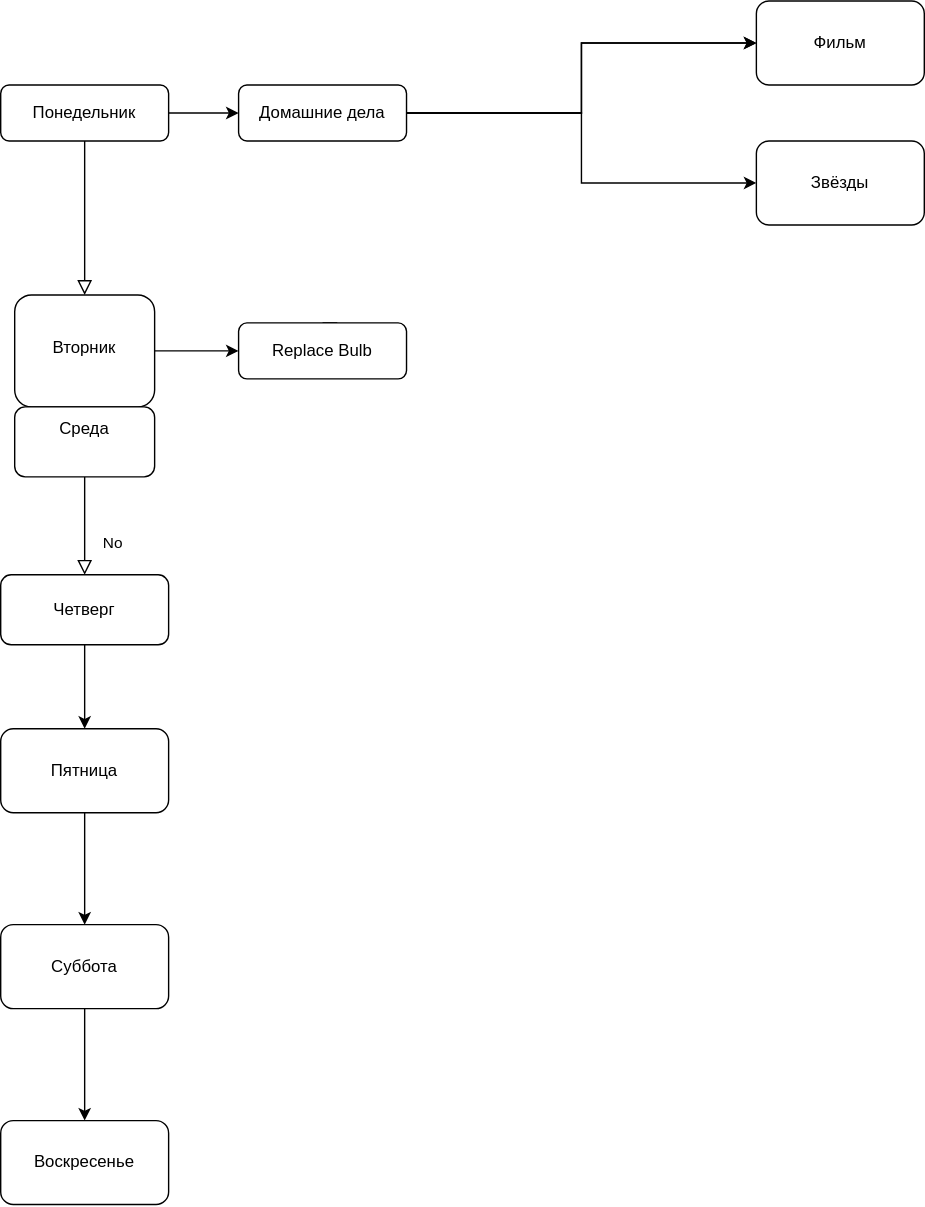
This is Untitled Diagram.drawio.svg from Beattle/app, a draw.io export, as it was before one commit. Source tidied: cells renumbered, new cells last; positions are measured from the earlier drawing's top-left corner, leaving out a move shared by most shapes.
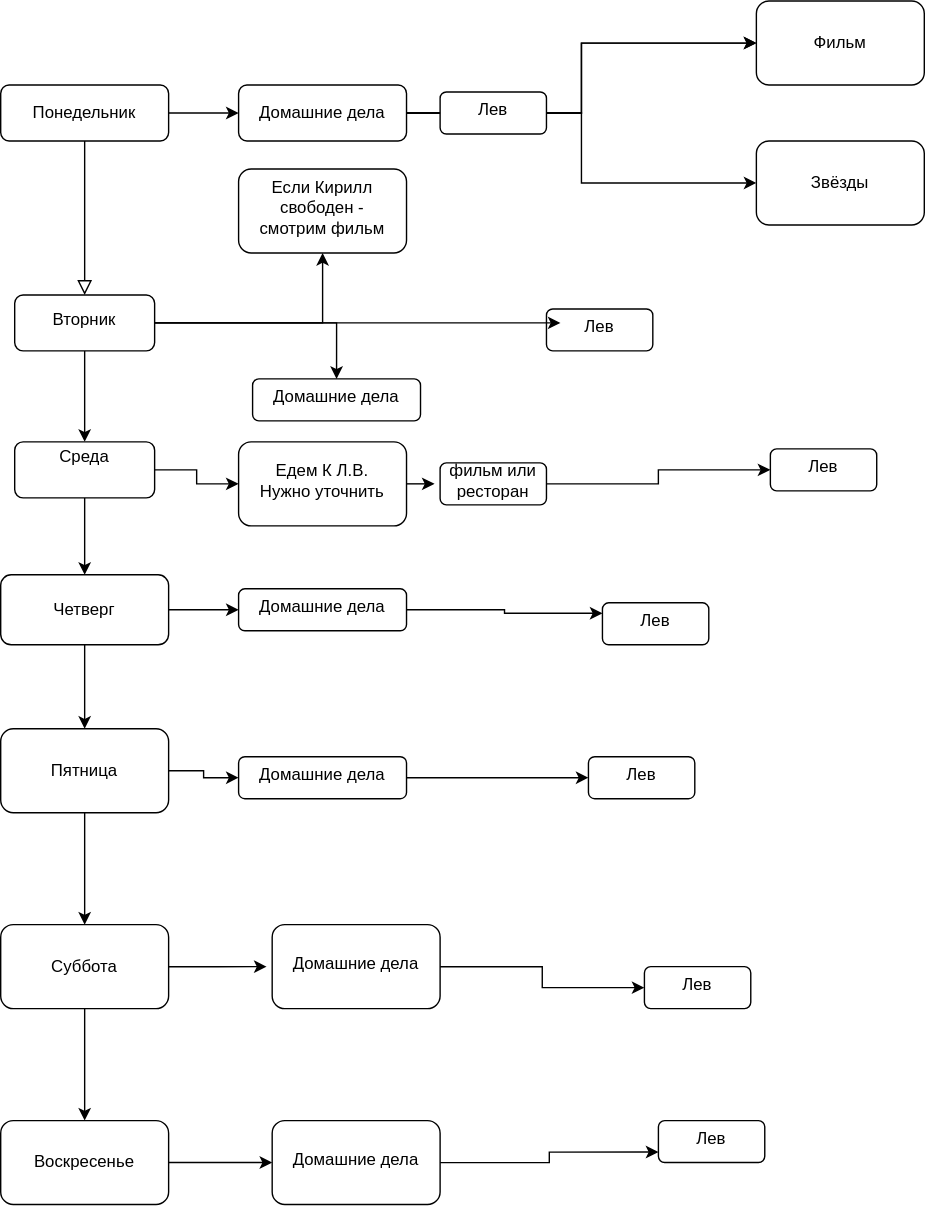
After the change.

Change to the diagram source:
```diff
@@ -11,14 +11,14 @@
     <mxCell id="4" value="Понедельник" style="rounded=1;whiteSpace=wrap;html=1;fontSize=12;glass=0;strokeWidth=1;shadow=0;" parent="1" vertex="1">
       <mxGeometry y="60" width="120" height="40" as="geometry" />
     </mxCell>
+    <mxCell id="25" style="edgeStyle=orthogonalEdgeStyle;rounded=0;jettySize=auto;html=1;" parent="1" edge="1" source="7" target="31">
+      <mxGeometry relative="1" as="geometry" />
+    </mxCell>
-    <mxCell id="5" value="Yes" style="rounded=0;html=1;jettySize=auto;fontSize=11;endArrow=block;endFill=0;endSize=8;strokeWidth=1;shadow=0;labelBackgroundColor=none;edgeStyle=orthogonalEdgeStyle;" parent="1" edge="1" source="7" target="13">
-      <mxGeometry y="20" relative="1" as="geometry" />
+    <mxCell id="5" style="edgeStyle=orthogonalEdgeStyle;rounded=0;jettySize=auto;html=1;entryX=0.5;entryY=0;entryDx=0;entryDy=0;" parent="1" edge="1" source="7" target="13">
+      <mxGeometry relative="1" as="geometry" />
     </mxCell>
-    <mxCell id="6" style="edgeStyle=orthogonalEdgeStyle;rounded=0;jettySize=auto;html=1;" parent="1" edge="1" source="7" target="17">
-      <mxGeometry relative="1" as="geometry" />
-    </mxCell>
     <mxCell id="7" value="Вторник" style="rounded=1;whiteSpace=wrap;html=1;shadow=0;fontFamily=Helvetica;fontSize=12;align=center;strokeWidth=1;spacing=6;spacingTop=-4;" parent="1" vertex="1">
-      <mxGeometry x="10" y="210" width="100" height="80" as="geometry" />
+      <mxGeometry x="10" y="210" width="100" height="40" as="geometry" />
     </mxCell>
     <mxCell id="8" style="edgeStyle=orthogonalEdgeStyle;rounded=0;jettySize=auto;html=1;" parent="1" edge="1" source="11" target="23">
       <mxGeometry relative="1" as="geometry" />
@@ -32,38 +32,47 @@
     <mxCell id="11" value="&lt;div&gt;Домашние дела&lt;/div&gt;" style="rounded=1;whiteSpace=wrap;html=1;fontSize=12;glass=0;strokeWidth=1;shadow=0;" parent="1" vertex="1">
       <mxGeometry x="170" y="60" width="120" height="40" as="geometry" />
     </mxCell>
+    <mxCell id="26" style="edgeStyle=orthogonalEdgeStyle;rounded=0;jettySize=auto;html=1;" parent="1" edge="1" source="13" target="33">
+      <mxGeometry relative="1" as="geometry" />
+    </mxCell>
-    <mxCell id="12" value="No" style="rounded=0;html=1;jettySize=auto;fontSize=11;endArrow=block;endFill=0;endSize=8;strokeWidth=1;shadow=0;labelBackgroundColor=none;edgeStyle=orthogonalEdgeStyle;" parent="1" edge="1" source="13" target="15">
-      <mxGeometry x="0.33" y="20" relative="1" as="geometry" />
+    <mxCell id="12" style="edgeStyle=orthogonalEdgeStyle;rounded=0;jettySize=auto;html=1;entryX=0.5;entryY=0;entryDx=0;entryDy=0;" parent="1" edge="1" source="13" target="15">
+      <mxGeometry relative="1" as="geometry" />
     </mxCell>
     <mxCell id="13" value="&lt;div&gt;Среда&lt;/div&gt;&lt;div&gt;&lt;br&gt;&lt;/div&gt;" style="rounded=1;whiteSpace=wrap;html=1;shadow=0;fontFamily=Helvetica;fontSize=12;align=center;strokeWidth=1;spacing=6;spacingTop=-4;" parent="1" vertex="1">
-      <mxGeometry x="10" y="290" width="100" height="50" as="geometry" />
+      <mxGeometry x="10" y="315" width="100" height="40" as="geometry" />
     </mxCell>
     <mxCell id="14" style="edgeStyle=orthogonalEdgeStyle;rounded=0;jettySize=auto;html=1;" parent="1" edge="1" source="15" target="19">
       <mxGeometry relative="1" as="geometry" />
     </mxCell>
+    <mxCell id="27" style="edgeStyle=orthogonalEdgeStyle;rounded=0;jettySize=auto;html=1;" parent="1" edge="1" source="15" target="45">
+      <mxGeometry relative="1" as="geometry" />
+    </mxCell>
     <mxCell id="15" value="Четверг" style="rounded=1;whiteSpace=wrap;html=1;fontSize=12;glass=0;strokeWidth=1;shadow=0;" parent="1" vertex="1">
       <mxGeometry y="410" width="120" height="50" as="geometry" />
     </mxCell>
-    <mxCell id="16" style="edgeStyle=orthogonalEdgeStyle;rounded=0;jettySize=auto;html=1;exitX=0.5;exitY=0;exitDx=0;exitDy=0;" parent="1" edge="1" source="17">
-      <mxGeometry relative="1" as="geometry">
-        <mxPoint x="240" y="250" as="targetPoint" />
-      </mxGeometry>
-    </mxCell>
-    <mxCell id="17" value="Replace Bulb" style="rounded=1;whiteSpace=wrap;html=1;fontSize=12;glass=0;strokeWidth=1;shadow=0;" parent="1" vertex="1">
-      <mxGeometry x="170" y="230" width="120" height="40" as="geometry" />
-    </mxCell>
     <mxCell id="18" style="edgeStyle=orthogonalEdgeStyle;rounded=0;jettySize=auto;html=1;" parent="1" edge="1" source="19" target="21">
       <mxGeometry relative="1" as="geometry" />
     </mxCell>
+    <mxCell id="28" style="edgeStyle=orthogonalEdgeStyle;rounded=0;jettySize=auto;html=1;" parent="1" edge="1" source="19" target="47">
+      <mxGeometry relative="1" as="geometry" />
+    </mxCell>
     <mxCell id="19" value="Пятница" style="whiteSpace=wrap;html=1;rounded=1;glass=0;strokeWidth=1;shadow=0;" parent="1" vertex="1">
       <mxGeometry y="520" width="120" height="60" as="geometry" />
     </mxCell>
     <mxCell id="20" style="edgeStyle=orthogonalEdgeStyle;rounded=0;jettySize=auto;html=1;" parent="1" edge="1" source="21" target="22">
       <mxGeometry relative="1" as="geometry" />
     </mxCell>
+    <mxCell id="29" style="edgeStyle=orthogonalEdgeStyle;rounded=0;jettySize=auto;html=1;" parent="1" edge="1" source="21">
+      <mxGeometry relative="1" as="geometry">
+        <mxPoint x="190" y="690" as="targetPoint" />
+      </mxGeometry>
+    </mxCell>
     <mxCell id="21" value="Суббота" style="whiteSpace=wrap;html=1;rounded=1;glass=0;strokeWidth=1;shadow=0;" parent="1" vertex="1">
       <mxGeometry y="660" width="120" height="60" as="geometry" />
     </mxCell>
+    <mxCell id="30" style="edgeStyle=orthogonalEdgeStyle;rounded=0;jettySize=auto;html=1;entryX=0;entryY=0.5;entryDx=0;entryDy=0;" parent="1" edge="1" source="22" target="39">
+      <mxGeometry relative="1" as="geometry" />
+    </mxCell>
     <mxCell id="22" value="Воскресенье" style="whiteSpace=wrap;html=1;rounded=1;glass=0;strokeWidth=1;shadow=0;" parent="1" vertex="1">
       <mxGeometry y="800" width="120" height="60" as="geometry" />
     </mxCell>
@@ -73,5 +82,76 @@
     <mxCell id="24" value="Звёзды" style="whiteSpace=wrap;html=1;rounded=1;glass=0;strokeWidth=1;shadow=0;" parent="1" vertex="1">
       <mxGeometry x="540" y="100" width="120" height="60" as="geometry" />
     </mxCell>
+    <mxCell id="31" value="Если Кирилл свободен - смотрим фильм" style="whiteSpace=wrap;html=1;rounded=1;shadow=0;strokeWidth=1;spacing=6;spacingTop=-4;" parent="1" vertex="1">
+      <mxGeometry x="170" y="120" width="120" height="60" as="geometry" />
+    </mxCell>
+    <mxCell id="32" style="edgeStyle=orthogonalEdgeStyle;rounded=0;jettySize=auto;html=1;" parent="1" edge="1" source="33">
+      <mxGeometry relative="1" as="geometry">
+        <mxPoint x="310" y="345" as="targetPoint" />
+      </mxGeometry>
+    </mxCell>
+    <mxCell id="33" value="Едем К Л.В.&lt;br&gt;&lt;div&gt;Нужно уточнить&lt;/div&gt;" style="whiteSpace=wrap;html=1;rounded=1;shadow=0;strokeWidth=1;spacing=6;spacingTop=-4;" parent="1" vertex="1">
+      <mxGeometry x="170" y="315" width="120" height="60" as="geometry" />
+    </mxCell>
+    <mxCell id="34" value="Домашние дела" style="whiteSpace=wrap;html=1;rounded=1;shadow=0;strokeWidth=1;spacing=6;spacingTop=-4;" parent="1" vertex="1">
+      <mxGeometry x="180" y="270" width="120" height="30" as="geometry" />
+    </mxCell>
+    <mxCell id="35" style="edgeStyle=orthogonalEdgeStyle;rounded=0;jettySize=auto;html=1;entryX=0.5;entryY=0;entryDx=0;entryDy=0;" parent="1" edge="1" source="7" target="34">
+      <mxGeometry relative="1" as="geometry" />
+    </mxCell>
+    <mxCell id="36" style="edgeStyle=orthogonalEdgeStyle;rounded=0;jettySize=auto;html=1;" parent="1" edge="1" source="37" target="50">
+      <mxGeometry relative="1" as="geometry" />
+    </mxCell>
+    <mxCell id="37" value="Домашние дела" style="whiteSpace=wrap;html=1;rounded=1;shadow=0;strokeWidth=1;spacing=6;spacingTop=-4;" parent="1" vertex="1">
+      <mxGeometry x="194" y="660" width="120" height="60" as="geometry" />
+    </mxCell>
+    <mxCell id="38" style="edgeStyle=orthogonalEdgeStyle;rounded=0;jettySize=auto;html=1;entryX=0;entryY=0.75;entryDx=0;entryDy=0;" parent="1" edge="1" source="39" target="51">
+      <mxGeometry relative="1" as="geometry" />
+    </mxCell>
+    <mxCell id="39" value="Домашние дела" style="whiteSpace=wrap;html=1;rounded=1;shadow=0;strokeWidth=1;spacing=6;spacingTop=-4;" parent="1" vertex="1">
+      <mxGeometry x="194" y="800" width="120" height="60" as="geometry" />
+    </mxCell>
+    <mxCell id="40" value="Лев" style="whiteSpace=wrap;html=1;rounded=1;shadow=0;strokeWidth=1;spacing=6;spacingTop=-4;" parent="1" vertex="1">
+      <mxGeometry x="314" y="65" width="76" height="30" as="geometry" />
+    </mxCell>
+    <mxCell id="41" value="Лев" style="whiteSpace=wrap;html=1;rounded=1;shadow=0;strokeWidth=1;spacing=6;spacingTop=-4;" parent="1" vertex="1">
+      <mxGeometry x="390" y="220" width="76" height="30" as="geometry" />
+    </mxCell>
+    <mxCell id="42" style="edgeStyle=orthogonalEdgeStyle;rounded=0;jettySize=auto;html=1;entryX=0.132;entryY=0.333;entryDx=0;entryDy=0;entryPerimeter=0;" parent="1" edge="1" source="7" target="41">
+      <mxGeometry relative="1" as="geometry" />
+    </mxCell>
+    <mxCell id="43" value="Лев" style="whiteSpace=wrap;html=1;rounded=1;shadow=0;strokeWidth=1;spacing=6;spacingTop=-4;" parent="1" vertex="1">
+      <mxGeometry x="550" y="320" width="76" height="30" as="geometry" />
+    </mxCell>
+    <mxCell id="44" style="edgeStyle=orthogonalEdgeStyle;rounded=0;jettySize=auto;html=1;entryX=0;entryY=0.25;entryDx=0;entryDy=0;" parent="1" edge="1" source="45" target="49">
+      <mxGeometry relative="1" as="geometry" />
+    </mxCell>
+    <mxCell id="45" value="Домашние дела" style="whiteSpace=wrap;html=1;rounded=1;shadow=0;strokeWidth=1;spacing=6;spacingTop=-4;" parent="1" vertex="1">
+      <mxGeometry x="170" y="420" width="120" height="30" as="geometry" />
+    </mxCell>
+    <mxCell id="46" style="edgeStyle=orthogonalEdgeStyle;rounded=0;jettySize=auto;html=1;entryX=0;entryY=0.5;entryDx=0;entryDy=0;" parent="1" edge="1" source="47" target="48">
+      <mxGeometry relative="1" as="geometry" />
+    </mxCell>
+    <mxCell id="47" value="Домашние дела" style="whiteSpace=wrap;html=1;rounded=1;shadow=0;strokeWidth=1;spacing=6;spacingTop=-4;" parent="1" vertex="1">
+      <mxGeometry x="170" y="540" width="120" height="30" as="geometry" />
+    </mxCell>
+    <mxCell id="48" value="Лев" style="whiteSpace=wrap;html=1;rounded=1;shadow=0;strokeWidth=1;spacing=6;spacingTop=-4;" parent="1" vertex="1">
+      <mxGeometry x="420" y="540" width="76" height="30" as="geometry" />
+    </mxCell>
+    <mxCell id="49" value="Лев" style="whiteSpace=wrap;html=1;rounded=1;shadow=0;strokeWidth=1;spacing=6;spacingTop=-4;" parent="1" vertex="1">
+      <mxGeometry x="430" y="430" width="76" height="30" as="geometry" />
+    </mxCell>
+    <mxCell id="50" value="Лев" style="whiteSpace=wrap;html=1;rounded=1;shadow=0;strokeWidth=1;spacing=6;spacingTop=-4;" parent="1" vertex="1">
+      <mxGeometry x="460" y="690" width="76" height="30" as="geometry" />
+    </mxCell>
+    <mxCell id="51" value="Лев" style="whiteSpace=wrap;html=1;rounded=1;shadow=0;strokeWidth=1;spacing=6;spacingTop=-4;" parent="1" vertex="1">
+      <mxGeometry x="470" y="800" width="76" height="30" as="geometry" />
+    </mxCell>
+    <mxCell id="52" style="edgeStyle=orthogonalEdgeStyle;rounded=0;jettySize=auto;html=1;entryX=0;entryY=0.5;entryDx=0;entryDy=0;" parent="1" edge="1" source="53" target="43">
+      <mxGeometry relative="1" as="geometry" />
+    </mxCell>
+    <mxCell id="53" value="фильм или ресторан" style="whiteSpace=wrap;html=1;rounded=1;shadow=0;strokeWidth=1;spacing=6;spacingTop=-4;" parent="1" vertex="1">
+      <mxGeometry x="314" y="330" width="76" height="30" as="geometry" />
+    </mxCell>
   </root>
 </mxGraphModel>
```
